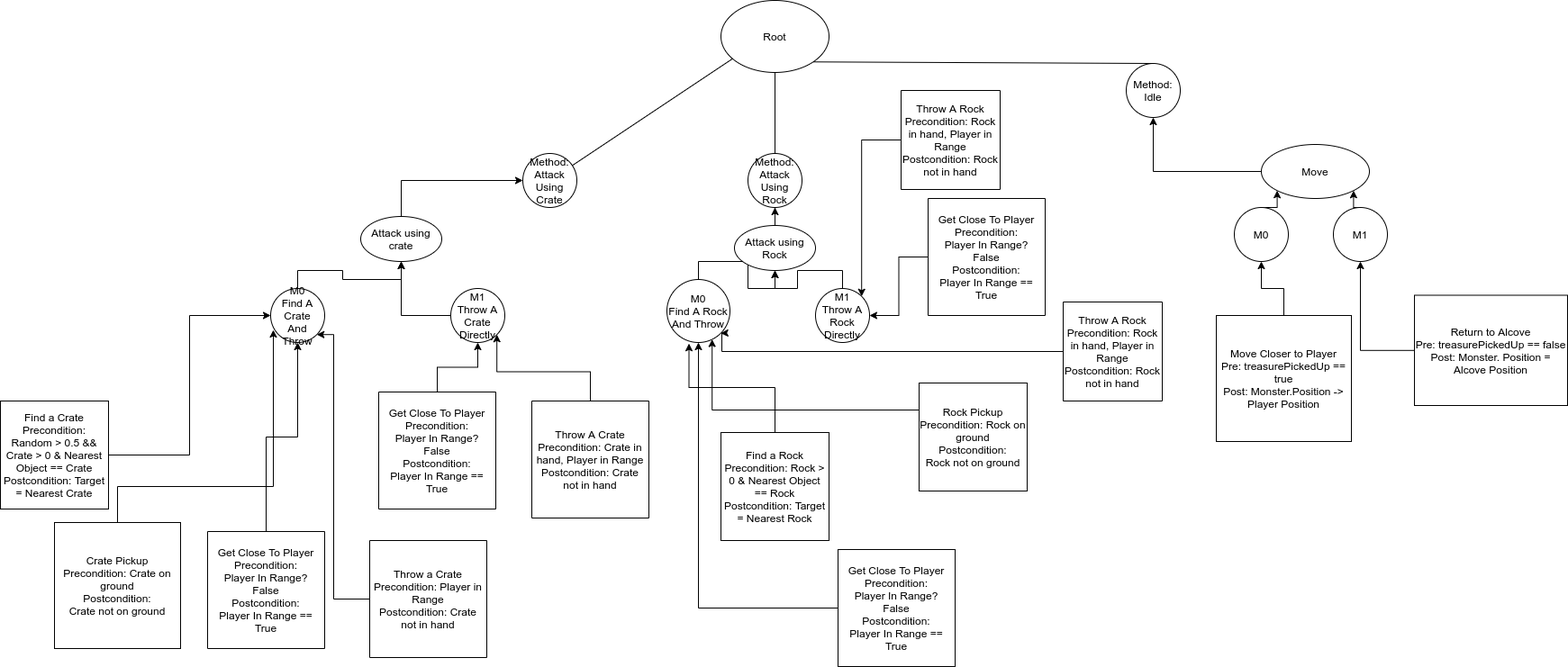
Mike-Gao/htn-planning keeps this draw.io diagram as diagram.png. Above is the earlier version. Source tidied: cells renumbered, new cells last; positions are measured from the earlier drawing's top-left corner, leaving out a move shared by most shapes.
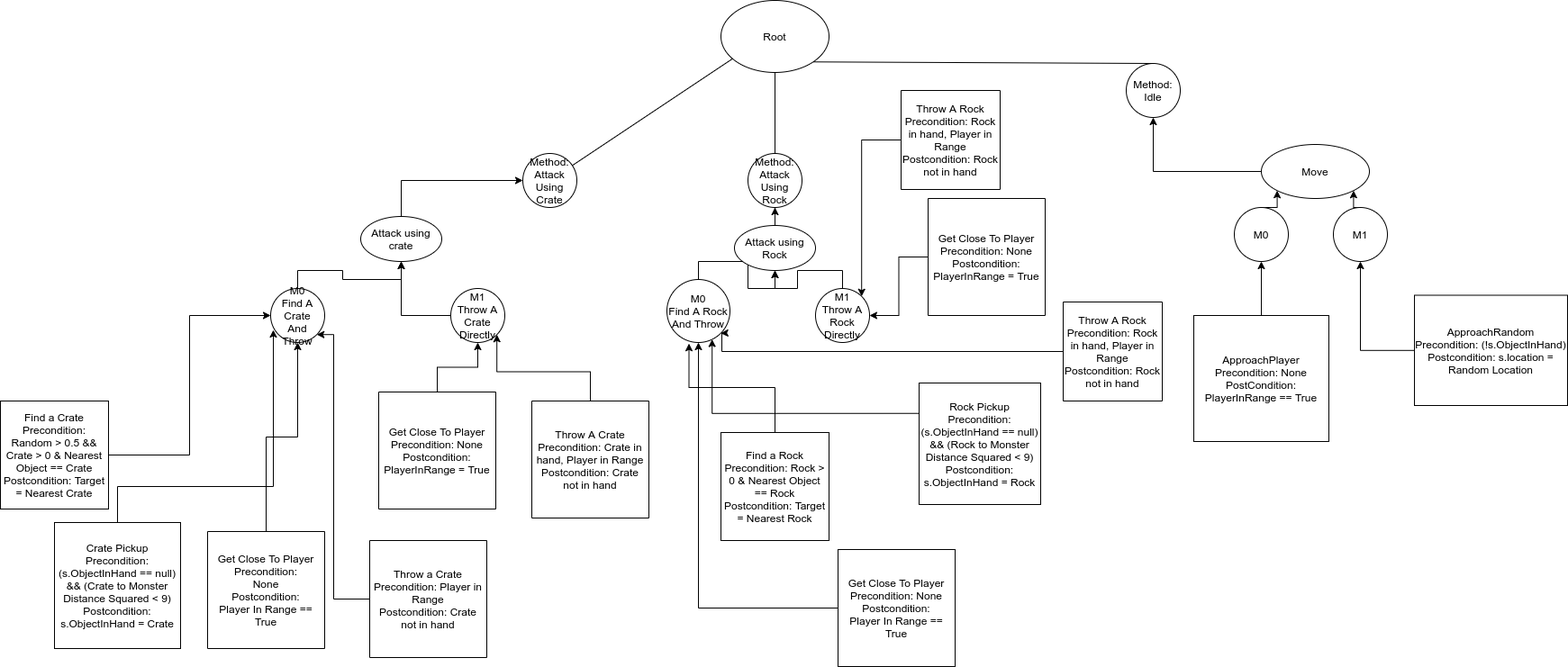
Above is the later version.

What changed in the source:
```diff
@@ -19,7 +19,7 @@
     <mxCell id="6" style="edgeStyle=orthogonalEdgeStyle;rounded=0;jettySize=auto;html=1;entryX=0.5;entryY=1;entryDx=0;entryDy=0;" parent="1" edge="1" source="7" target="19">
       <mxGeometry relative="1" as="geometry" />
     </mxCell>
-    <mxCell id="7" value="Get Close To Player&lt;br&gt;Precondition:&lt;br&gt;Player In Range?&lt;br&gt;False&lt;br&gt;Postcondition:&lt;br&gt;Player In Range == True" style="whiteSpace=wrap;html=1;direction=south;" parent="1" vertex="1">
+    <mxCell id="7" value="Get Close To Player&lt;br&gt;Precondition:&lt;br&gt;None&lt;br&gt;Postcondition:&lt;br&gt;Player In Range == True" style="whiteSpace=wrap;html=1;direction=south;" parent="1" vertex="1">
       <mxGeometry x="230" y="590" width="130" height="130" as="geometry" />
     </mxCell>
     <mxCell id="8" value="Method:&lt;br&gt;Attack Using&lt;br&gt;Rock" style="ellipse;whiteSpace=wrap;html=1;" parent="1" vertex="1">
@@ -34,7 +34,7 @@
     <mxCell id="11" style="edgeStyle=orthogonalEdgeStyle;rounded=0;jettySize=auto;html=1;entryX=0.5;entryY=1;entryDx=0;entryDy=0;" parent="1" edge="1" source="12" target="27">
       <mxGeometry relative="1" as="geometry" />
     </mxCell>
-    <mxCell id="12" value="Get Close To Player&lt;br&gt;Precondition:&lt;br&gt;Player In Range?&lt;br&gt;False&lt;br&gt;Postcondition:&lt;br&gt;Player In Range == True" style="whiteSpace=wrap;html=1;" parent="1" vertex="1">
+    <mxCell id="12" value="Get Close To Player&lt;br&gt;Precondition: None&lt;br&gt;Postcondition:&lt;br&gt;Player In Range == True" style="whiteSpace=wrap;html=1;" parent="1" vertex="1">
       <mxGeometry x="930" y="610" width="130" height="130" as="geometry" />
     </mxCell>
     <mxCell id="13" style="endArrow=none;html=1;entryX=0.5;entryY=1;entryDx=0;entryDy=0;" parent="1" edge="1" target="8">
@@ -56,7 +56,7 @@
         </Array>
       </mxGeometry>
     </mxCell>
-    <mxCell id="17" value="Crate Pickup&lt;br&gt;Precondition: Crate on ground&lt;br&gt;Postcondition:&lt;br&gt;Crate not on ground" style="whiteSpace=wrap;html=1;" parent="1" vertex="1">
+    <mxCell id="17" value="Crate Pickup&lt;br&gt;Precondition: (s.ObjectInHand == null) &amp;amp;&amp;amp; (Crate to Monster Distance Squared &amp;lt; 9)&lt;br&gt;Postcondition:&lt;br&gt;s.ObjectInHand = Crate" style="whiteSpace=wrap;html=1;" parent="1" vertex="1">
       <mxGeometry x="60" y="580" width="140" height="140" as="geometry" />
     </mxCell>
     <mxCell id="18" style="edgeStyle=orthogonalEdgeStyle;rounded=0;jettySize=auto;html=1;exitX=0.5;exitY=0;exitDx=0;exitDy=0;entryX=0.5;entryY=1;entryDx=0;entryDy=0;" parent="1" edge="1" source="19" target="15">
@@ -74,8 +74,8 @@
     <mxCell id="22" style="edgeStyle=orthogonalEdgeStyle;rounded=0;jettySize=auto;html=1;exitX=0;exitY=0.25;exitDx=0;exitDy=0;entryX=0.717;entryY=0.95;entryDx=0;entryDy=0;entryPerimeter=0;" parent="1" edge="1" source="23" target="27">
       <mxGeometry relative="1" as="geometry" />
     </mxCell>
-    <mxCell id="23" value="Rock Pickup&lt;br&gt;Precondition: Rock on ground&lt;br&gt;Postcondition:&lt;br&gt;Rock not on ground" style="whiteSpace=wrap;html=1;" parent="1" vertex="1">
-      <mxGeometry x="1020" y="425" width="120" height="120" as="geometry" />
+    <mxCell id="23" value="Rock Pickup&lt;br&gt;Precondition: (s.ObjectInHand == null) &amp;amp;&amp;amp; (Rock to Monster Distance Squared &amp;lt; 9)&lt;br&gt;Postcondition:&lt;br&gt;s.ObjectInHand = Rock" style="whiteSpace=wrap;html=1;" parent="1" vertex="1">
+      <mxGeometry x="1020" y="425" width="135" height="135" as="geometry" />
     </mxCell>
     <mxCell id="24" style="edgeStyle=orthogonalEdgeStyle;rounded=0;jettySize=auto;html=1;entryX=0;entryY=0.5;entryDx=0;entryDy=0;" parent="1" edge="1" source="25" target="19">
       <mxGeometry relative="1" as="geometry" />
@@ -161,25 +161,25 @@
     <mxCell id="48" style="edgeStyle=orthogonalEdgeStyle;rounded=0;jettySize=auto;html=1;entryX=0.5;entryY=1;entryDx=0;entryDy=0;" parent="1" edge="1" source="49" target="45">
       <mxGeometry relative="1" as="geometry" />
     </mxCell>
-    <mxCell id="49" value="Move Closer to Player&lt;br&gt;Pre: treasurePickedUp == true&lt;br&gt;Post: Monster.Position -&amp;gt; Player Position" style="rounded=0;whiteSpace=wrap;html=1;" parent="1" vertex="1">
-      <mxGeometry x="1350" y="350" width="150" height="140" as="geometry" />
+    <mxCell id="49" value="ApproachPlayer&lt;br&gt;Precondition: None&lt;br&gt;PostCondition: PlayerInRange == True" style="rounded=0;whiteSpace=wrap;html=1;" parent="1" vertex="1">
+      <mxGeometry x="1325" y="350" width="150" height="140" as="geometry" />
     </mxCell>
     <mxCell id="50" style="edgeStyle=orthogonalEdgeStyle;rounded=0;jettySize=auto;html=1;entryX=0.5;entryY=1;entryDx=0;entryDy=0;" parent="1" edge="1" source="51" target="47">
       <mxGeometry relative="1" as="geometry" />
     </mxCell>
-    <mxCell id="51" value="Return to Alcove&lt;br&gt;Pre: treasurePickedUp == false&lt;br&gt;Post: Monster. Position = Alcove Position" style="rounded=0;whiteSpace=wrap;html=1;" parent="1" vertex="1">
+    <mxCell id="51" value="ApproachRandom&lt;br&gt;Precondition: (!s.ObjectInHand)&lt;br&gt;Postcondition: s.location = Random Location" style="rounded=0;whiteSpace=wrap;html=1;" parent="1" vertex="1">
       <mxGeometry x="1570" y="327.5" width="170" height="122.5" as="geometry" />
     </mxCell>
     <mxCell id="52" style="edgeStyle=orthogonalEdgeStyle;rounded=0;jettySize=auto;html=1;entryX=0.5;entryY=1;entryDx=0;entryDy=0;" parent="1" edge="1" source="53" target="21">
       <mxGeometry relative="1" as="geometry" />
     </mxCell>
-    <mxCell id="53" value="Get Close To Player&lt;br&gt;Precondition:&lt;br&gt;Player In Range?&lt;br&gt;False&lt;br&gt;Postcondition:&lt;br&gt;Player In Range == True" style="whiteSpace=wrap;html=1;direction=south;" parent="1" vertex="1">
+    <mxCell id="53" value="Get Close To Player&lt;br&gt;Precondition: None&lt;br&gt;Postcondition: PlayerInRange = True" style="whiteSpace=wrap;html=1;direction=south;" parent="1" vertex="1">
       <mxGeometry x="420" y="435" width="130" height="130" as="geometry" />
     </mxCell>
     <mxCell id="54" style="edgeStyle=orthogonalEdgeStyle;rounded=0;jettySize=auto;html=1;" parent="1" edge="1" source="55" target="29">
       <mxGeometry relative="1" as="geometry" />
     </mxCell>
-    <mxCell id="55" value="Get Close To Player&lt;br&gt;Precondition:&lt;br&gt;Player In Range?&lt;br&gt;False&lt;br&gt;Postcondition:&lt;br&gt;Player In Range == True" style="whiteSpace=wrap;html=1;direction=south;" parent="1" vertex="1">
+    <mxCell id="55" value="Get Close To Player&lt;br&gt;Precondition: None&lt;br&gt;Postcondition: PlayerInRange = True" style="whiteSpace=wrap;html=1;direction=south;" parent="1" vertex="1">
       <mxGeometry x="1030" y="220" width="130" height="130" as="geometry" />
     </mxCell>
   </root>
```
